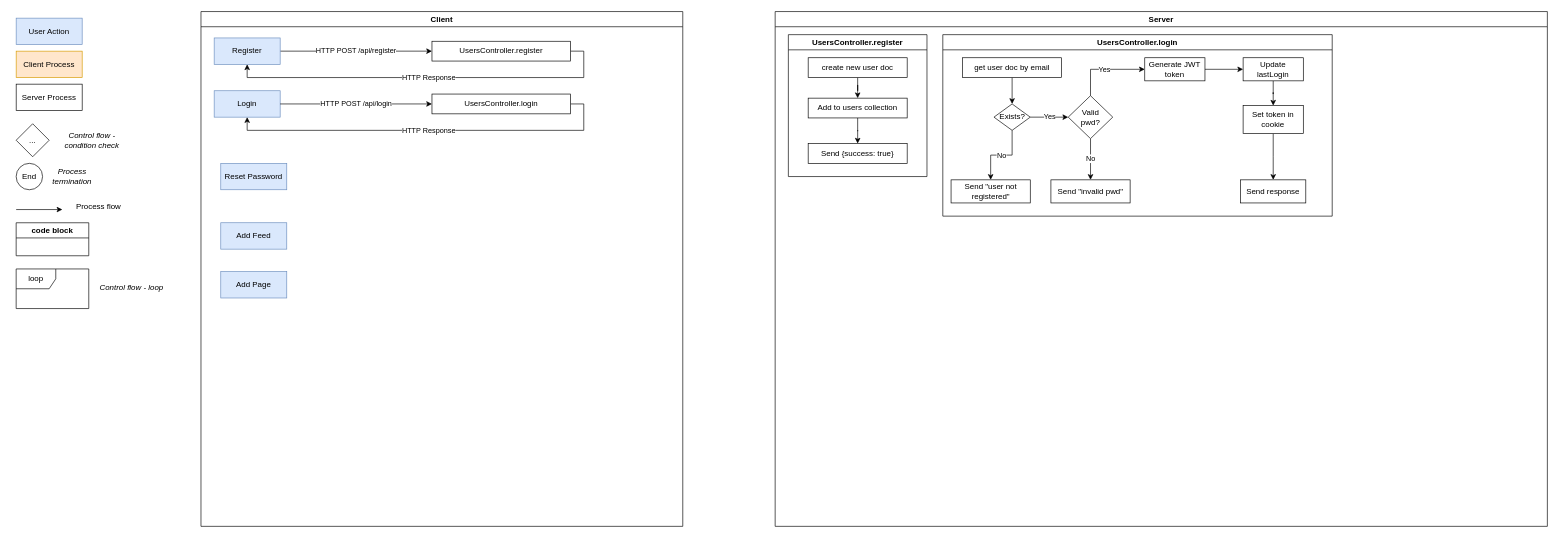
Earlier version of the draw.io diagram appmap.drawio (j-000/drawio). Source tidied: cells renumbered, new cells numbered last; positions are measured from the earlier drawing's top-left corner, leaving out a move shared by most shapes. Both pictures are drawn from the tidied source at 66%, with x=0, y=0 at pixel (16, 11).
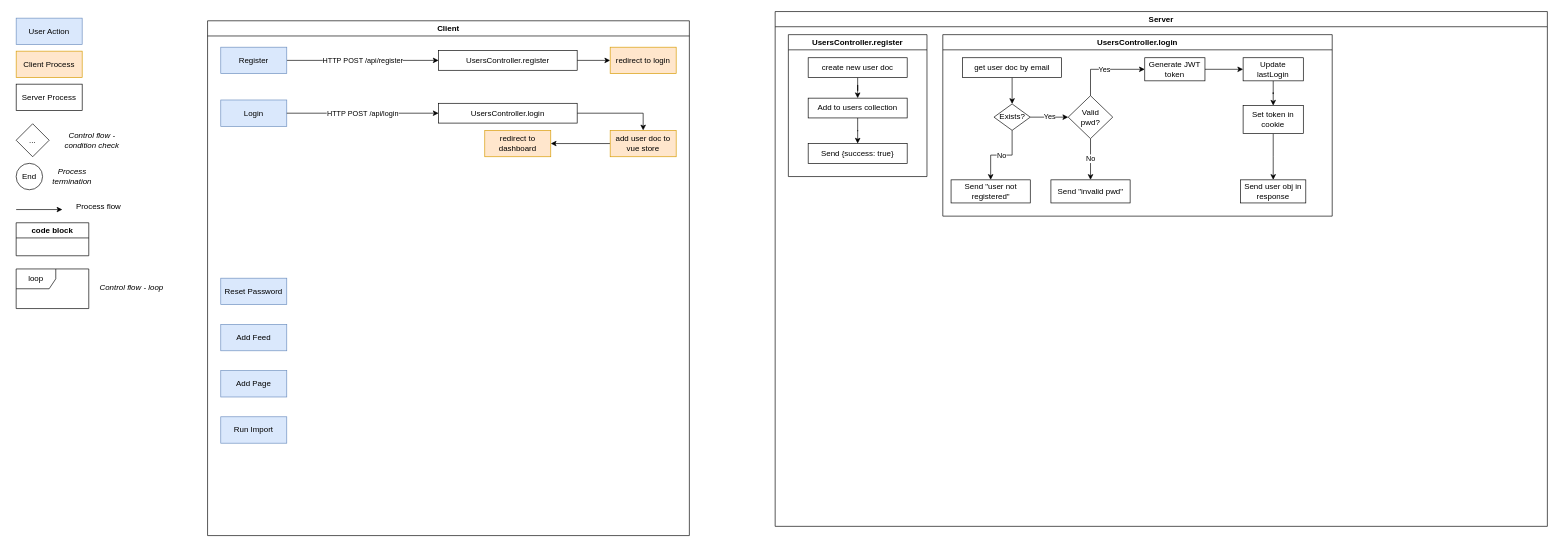
The same page after the edit.

The change refers to these unchanged cells:
```xml
<mxCell id="4" value="Register" style="rounded=0;whiteSpace=wrap;html=1;fillColor=#dae8fc;strokeColor=#6c8ebf;" parent="2" vertex="1">
  <mxGeometry x="20" y="40" width="100" height="40" as="geometry" />
</mxCell>
<mxCell id="9" value="UsersController.register" style="rounded=0;whiteSpace=wrap;html=1;" parent="2" vertex="1">
  <mxGeometry x="350" y="45" width="210" height="30" as="geometry" />
</mxCell>
<mxCell id="10" value="Login" style="rounded=0;whiteSpace=wrap;html=1;fillColor=#dae8fc;strokeColor=#6c8ebf;" parent="2" vertex="1">
  <mxGeometry x="20" y="120" width="100" height="40" as="geometry" />
</mxCell>
<mxCell id="12" value="UsersController.login" style="rounded=0;whiteSpace=wrap;html=1;" parent="2" vertex="1">
  <mxGeometry x="350" y="125" width="210" height="30" as="geometry" />
</mxCell>
<mxCell id="21" value="UsersController.login" style="swimlane;whiteSpace=wrap;html=1;" parent="14" vertex="1">
  <mxGeometry x="254" y="35" width="590" height="275" as="geometry" />
</mxCell>
```

Diff of the diagram source:
```diff
@@
     <mxCell id="2" value="Client" style="swimlane;whiteSpace=wrap;html=1;" parent="1" vertex="1">
-      <mxGeometry x="280" width="730" height="780" as="geometry" />
+      <mxGeometry x="290" y="14" width="730" height="780" as="geometry" />
     </mxCell>
@@
     <mxCell id="5" value="Reset Password" style="rounded=0;whiteSpace=wrap;html=1;fillColor=#dae8fc;strokeColor=#6c8ebf;" parent="2" vertex="1">
-      <mxGeometry x="30" y="230" width="100" height="40" as="geometry" />
+      <mxGeometry x="20" y="390" width="100" height="40" as="geometry" />
     </mxCell>
     <mxCell id="6" value="Add Feed" style="rounded=0;whiteSpace=wrap;html=1;fillColor=#dae8fc;strokeColor=#6c8ebf;" parent="2" vertex="1">
-      <mxGeometry x="30" y="320" width="100" height="40" as="geometry" />
+      <mxGeometry x="20" y="460" width="100" height="40" as="geometry" />
     </mxCell>
     <mxCell id="7" value="Add Page" style="rounded=0;whiteSpace=wrap;html=1;fillColor=#dae8fc;strokeColor=#6c8ebf;" parent="2" vertex="1">
-      <mxGeometry x="30" y="394" width="100" height="40" as="geometry" />
+      <mxGeometry x="20" y="530" width="100" height="40" as="geometry" />
     </mxCell>
-    <mxCell id="8" value="HTTP Response" style="edgeStyle=orthogonalEdgeStyle;rounded=0;jettySize=auto;html=1;exitX=1;exitY=0.5;exitDx=0;exitDy=0;entryX=0.5;entryY=1;entryDx=0;entryDy=0;" parent="2" edge="1" source="9" target="4">
-      <mxGeometry relative="1" as="geometry" />
-    </mxCell>
+    <mxCell id="55" style="edgeStyle=orthogonalEdgeStyle;rounded=0;jettySize=auto;html=1;exitX=1;exitY=0.5;exitDx=0;exitDy=0;entryX=0;entryY=0.5;entryDx=0;entryDy=0;" parent="2" edge="1" source="9" target="61">
+      <mxGeometry relative="1" as="geometry" />
+    </mxCell>
@@
-    <mxCell id="11" value="HTTP Response" style="edgeStyle=orthogonalEdgeStyle;rounded=0;jettySize=auto;html=1;exitX=1;exitY=0.5;exitDx=0;exitDy=0;entryX=0.5;entryY=1;entryDx=0;entryDy=0;" parent="2" edge="1" source="12" target="10">
-      <mxGeometry relative="1" as="geometry" />
-    </mxCell>
+    <mxCell id="56" style="edgeStyle=orthogonalEdgeStyle;rounded=0;jettySize=auto;html=1;exitX=1;exitY=0.5;exitDx=0;exitDy=0;entryX=0.5;entryY=0;entryDx=0;entryDy=0;" parent="2" edge="1" source="12" target="59">
+      <mxGeometry relative="1" as="geometry" />
+    </mxCell>
@@
+    <mxCell id="57" value="Run Import" style="rounded=0;whiteSpace=wrap;html=1;fillColor=#dae8fc;strokeColor=#6c8ebf;" parent="2" vertex="1">
+      <mxGeometry x="20" y="600" width="100" height="40" as="geometry" />
+    </mxCell>
+    <mxCell id="58" style="edgeStyle=orthogonalEdgeStyle;rounded=0;jettySize=auto;html=1;" parent="2" edge="1" source="59" target="60">
+      <mxGeometry relative="1" as="geometry" />
+    </mxCell>
+    <mxCell id="59" value="add user doc to vue store" style="rounded=0;whiteSpace=wrap;html=1;fillColor=#ffe6cc;strokeColor=#d79b00;" parent="2" vertex="1">
+      <mxGeometry x="610" y="166" width="100" height="40" as="geometry" />
+    </mxCell>
+    <mxCell id="60" value="redirect to dashboard" style="rounded=0;whiteSpace=wrap;html=1;fillColor=#ffe6cc;strokeColor=#d79b00;" parent="2" vertex="1">
+      <mxGeometry x="420" y="166" width="100" height="40" as="geometry" />
+    </mxCell>
+    <mxCell id="61" value="redirect to login" style="rounded=0;whiteSpace=wrap;html=1;fillColor=#ffe6cc;strokeColor=#d79b00;" parent="2" vertex="1">
+      <mxGeometry x="610" y="40" width="100" height="40" as="geometry" />
+    </mxCell>
@@
-    <mxCell id="38" value="Send response" style="whiteSpace=wrap;html=1;rounded=0;" parent="21" vertex="1">
+    <mxCell id="38" value="Send user obj in response" style="whiteSpace=wrap;html=1;rounded=0;" parent="21" vertex="1">
       <mxGeometry x="451.2" y="220" width="98.8" height="35" as="geometry" />
     </mxCell>
```
